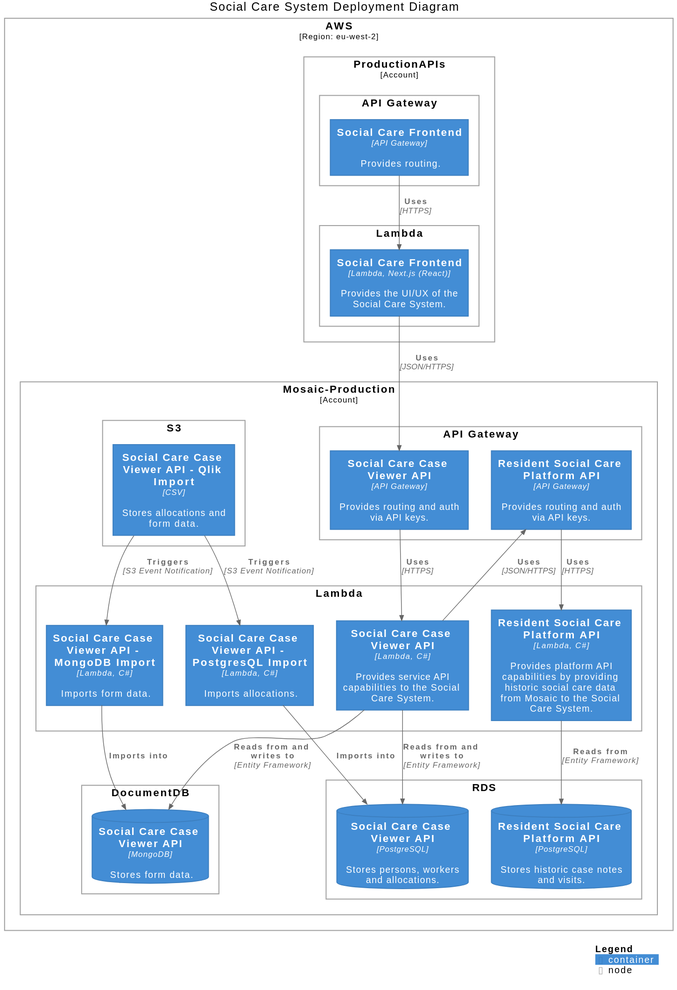
Before: images/deployment.svg, a diagram exported from PlantUML (LBHackney-IT/social-care-architecture).
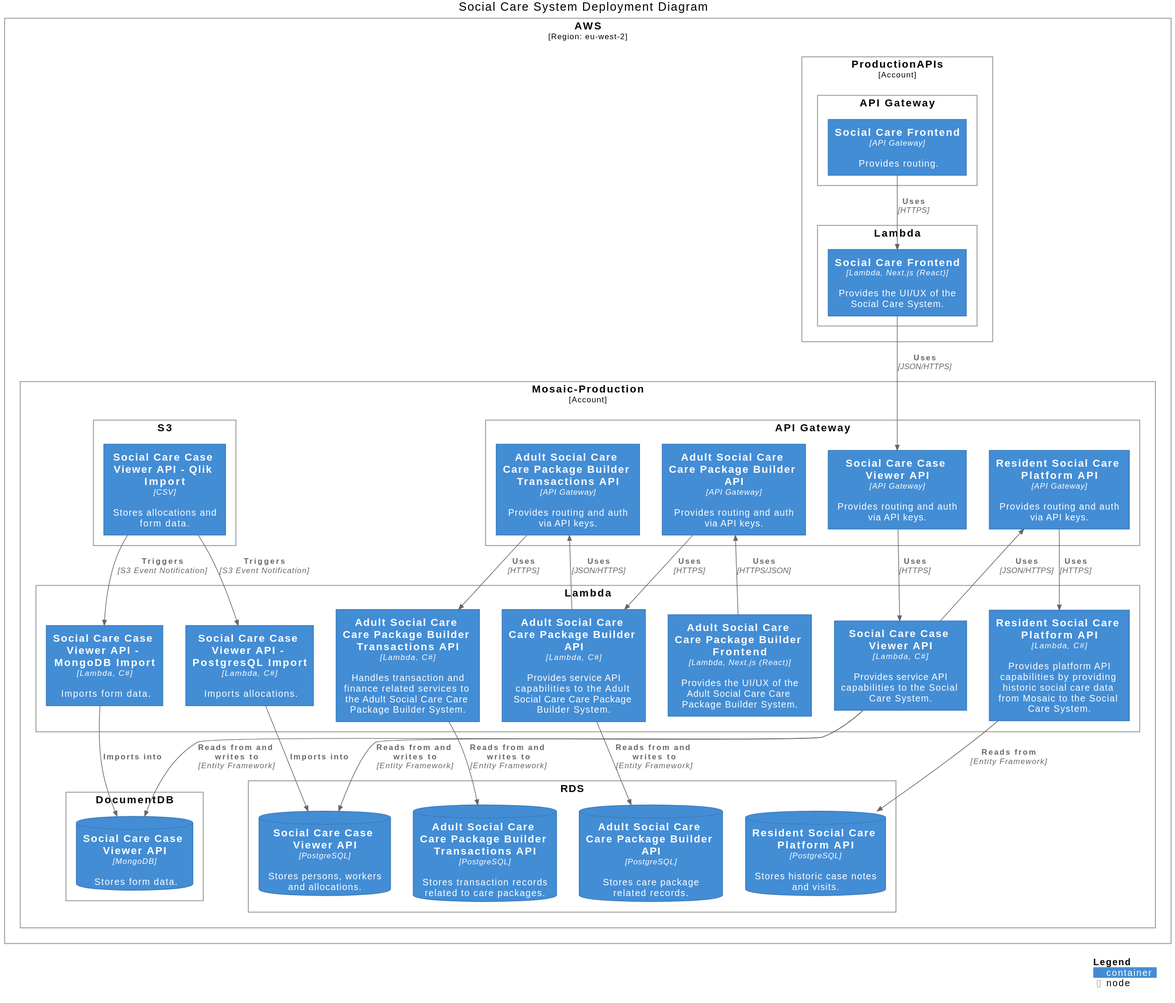
After the change.

Commit message:
Feature/adult social care (#17)

The edit, as a diff of the source:
```diff
@@ -21,6 +21,8 @@
     Deployment_Node(aws_mosaic_production_api_gateway, "API Gateway") {
       Container(service_api_api_gateway, "Social Care Case Viewer API", "API Gateway", "Provides routing and auth via API keys.")
       Container(platform_api_api_gateway, "Resident Social Care Platform API", "API Gateway", "Provides routing and auth via API keys.")
+      Container(adult_social_care_builder_api_api_gateway, "Adult Social Care Care Package Builder API", "API Gateway", "Provides routing and auth via API keys.")
+      Container(adult_social_care_builder_transactions_api_api_gateway, "Adult Social Care Care Package Builder Transactions API", "API Gateway", "Provides routing and auth via API keys.")
     }
 
     Deployment_Node(aws_mosaic_production_lambda, "Lambda") {
@@ -28,6 +30,9 @@
       Container(service_api_pg_import_lambda, "Social Care Case Viewer API - PostgresQL Import", "Lambda, C#", "Imports allocations.")
       Container(service_api_mongodb_import_lambda, "Social Care Case Viewer API - MongoDB Import", "Lambda, C#", "Imports form data.")
       Container(platform_api_lambda, "Resident Social Care Platform API", "Lambda, C#", "Provides platform API capabilities by providing historic social care data from Mosaic to the Social Care System.")
+      Container(adult_social_care_builder_frontend_lambda, "Adult Social Care Care Package Builder Frontend", "Lambda, Next.js (React)", "Provides the UI/UX of the Adult Social Care Care Package Builder System.")
+      Container(adult_social_care_builder_api_lambda, "Adult Social Care Care Package Builder API", "Lambda, C#", "Provides service API capabilities to the Adult Social Care Care Package Builder System.")
+      Container(adult_social_care_builder_transactions_api_lambda, "Adult Social Care Care Package Builder Transactions API", "Lambda, C#", "Handles transaction and finance related services to the Adult Social Care Care Package Builder System.")
     }
 
     Deployment_Node(aws_mosaic_production_docdb, "DocumentDB") {
@@ -37,6 +42,8 @@
     Deployment_Node(aws_mosaic_production_rds, "RDS") {
       ContainerDb(service_api_rds, "Social Care Case Viewer API", "PostgreSQL", "Stores persons, workers and allocations.")
       ContainerDb(platform_api_rds, "Resident Social Care Platform API", "PostgreSQL", "Stores historic case notes and visits.")
+      ContainerDb(adult_social_care_builder_api_rds, "Adult Social Care Care Package Builder API", "PostgreSQL", "Stores care package related records.")
+      ContainerDb(adult_social_care_builder_transactions_api_rds, "Adult Social Care Care Package Builder Transactions API", "PostgreSQL", "Stores transaction records related to care packages.")
     }
 
     Deployment_Node(aws_mosaic_production_s3, "S3") {
@@ -52,6 +59,15 @@
 Rel(service_api_lambda, service_api_rds, "Reads from and writes to", "Entity Framework")
 Rel(service_api_lambda, service_api_docdb, "Reads from and writes to", "Entity Framework")
 
+Rel(adult_social_care_builder_frontend_lambda, adult_social_care_builder_api_api_gateway, "Uses", "HTTPS/JSON")
+Rel(adult_social_care_builder_api_api_gateway, adult_social_care_builder_api_lambda, "Uses", "HTTPS")
+Rel(adult_social_care_builder_api_lambda, adult_social_care_builder_api_rds, "Reads from and writes to", "Entity Framework")
+
+Rel(adult_social_care_builder_transactions_api_api_gateway, adult_social_care_builder_transactions_api_lambda, "Uses", "HTTPS")
+Rel(adult_social_care_builder_transactions_api_lambda, adult_social_care_builder_transactions_api_rds, "Reads from and writes to", "Entity Framework")
+
+Rel(adult_social_care_builder_api_lambda, adult_social_care_builder_transactions_api_api_gateway, "Uses", "JSON/HTTPS")
+
 Rel(service_api_s3, service_api_mongodb_import_lambda, "Triggers", "S3 Event Notification")
 Rel(service_api_mongodb_import_lambda, service_api_docdb, "Imports into")
 
```
